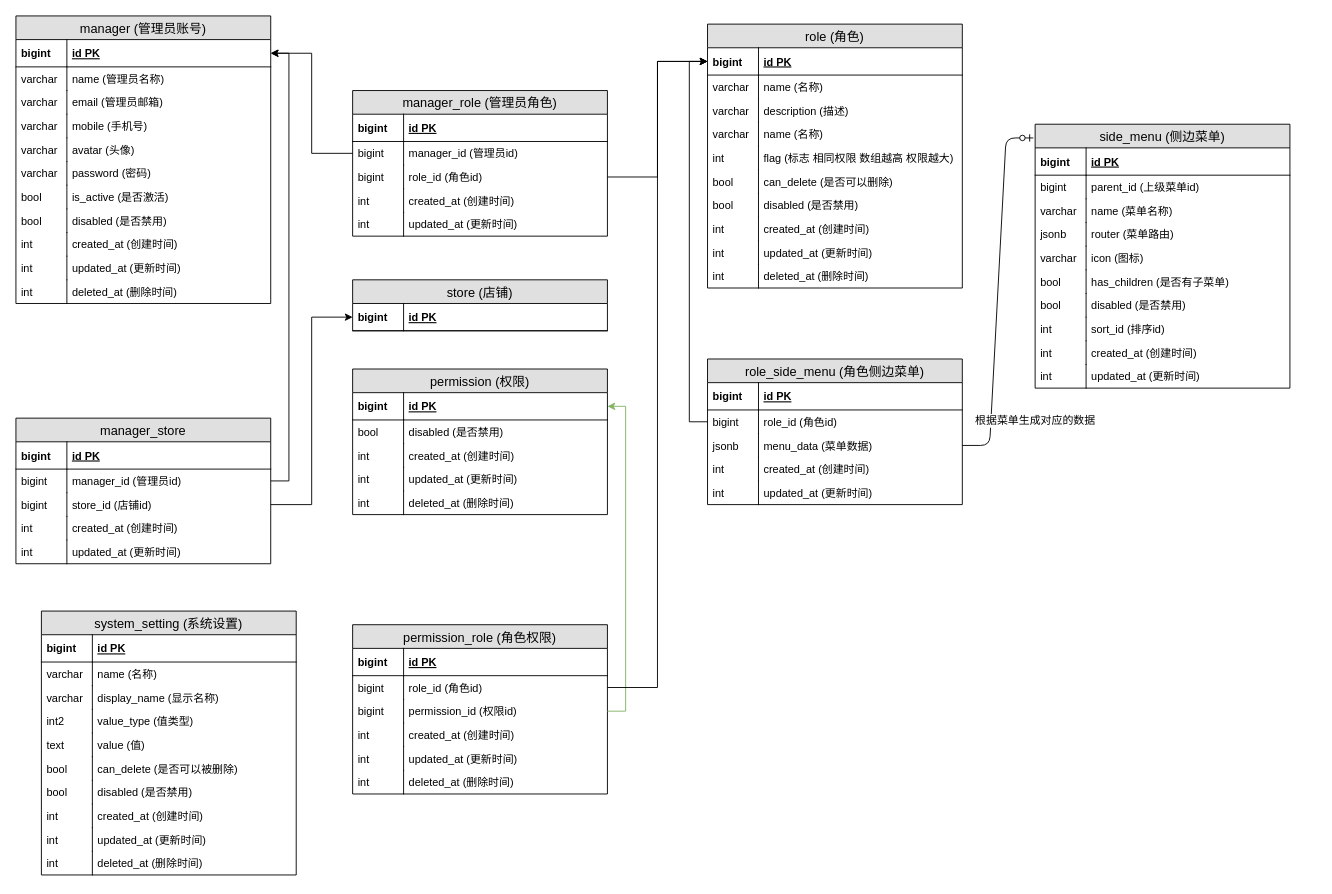
The draw.io diagram page "管理员" (1 of 2) of 用户.drawio in HuangYongXuan/saas-draw, before the edit. Source tidied: cells renumbered, new cells numbered last; positions are measured from the earlier drawing's top-left corner, leaving out a move shared by most shapes. Both pictures are drawn from the tidied source at 91%, with x=0, y=0 at pixel (15, 15).
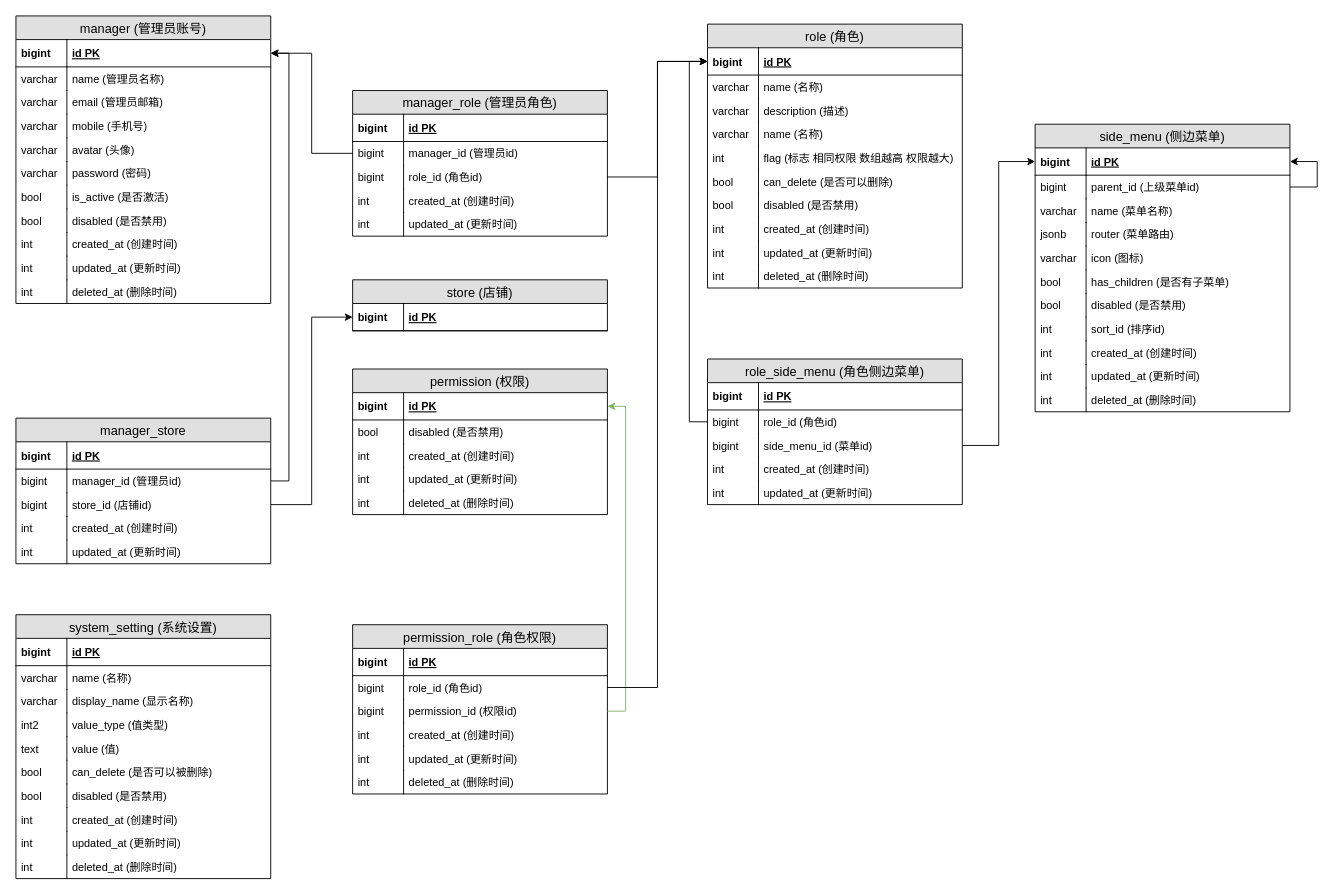
After the change.

The change refers to these unchanged cells:
```xml
<mxCell id="57" value="permission_role (角色权限)" style="swimlane;fontStyle=0;horizontal=1;startSize=26;fillColor=#e0e0e0;swimlaneFillColor=#ffffff;align=center;fontSize=14;" parent="1" vertex="1">
  <mxGeometry x="370" y="669" width="280" height="186" as="geometry" />
</mxCell>
<mxCell id="101" value="role_side_menu (角色侧边菜单)" style="swimlane;fontStyle=0;horizontal=1;startSize=26;fillColor=#e0e0e0;swimlaneFillColor=#ffffff;align=center;fontSize=14;" parent="1" vertex="1">
  <mxGeometry x="760" y="377" width="280" height="160" as="geometry" />
</mxCell>
<mxCell id="113" value="id PK" style="shape=partialRectangle;top=0;left=0;right=0;bottom=1;align=left;verticalAlign=middle;fillColor=none;spacingLeft=60;spacingRight=4;overflow=hidden;points=[[0,0.5],[1,0.5]];portConstraint=eastwest;fontStyle=5;fontSize=12;" parent="112" vertex="1">
  <mxGeometry y="26" width="280" height="30" as="geometry" />
</mxCell>
<mxCell id="115" value="parent_id (上级菜单id)" style="shape=partialRectangle;top=0;left=0;right=0;bottom=0;align=left;verticalAlign=top;fillColor=none;spacingLeft=60;spacingRight=4;overflow=hidden;points=[[0,0.5],[1,0.5]];portConstraint=eastwest;fontSize=12;" parent="112" vertex="1">
  <mxGeometry y="56" width="280" height="26" as="geometry" />
</mxCell>
```

The edit, as a diff of the source:
```diff
@@
-    <mxCell id="68" value="deleted_at (删除时间)" style="shape=partialRectangle;top=0;left=0;right=0;bottom=0;align=left;verticalAlign=top;fillColor=none;spacingLeft=60;spacingRight=4;overflow=hidden;fontSize=12;" parent="57" vertex="1">
-      <mxGeometry y="160" width="280" height="26" as="geometry" />
-    </mxCell>
-    <mxCell id="69" value="int" style="shape=partialRectangle;top=0;left=0;bottom=0;fillColor=none;align=left;verticalAlign=top;spacingLeft=4;spacingRight=4;overflow=hidden;fontSize=12;" parent="68" vertex="1">
-      <mxGeometry width="56" height="26" as="geometry" />
-    </mxCell>
+    <mxCell id="157" value="deleted_at (删除时间)" style="shape=partialRectangle;top=0;left=0;right=0;bottom=0;align=left;verticalAlign=top;fillColor=none;spacingLeft=60;spacingRight=4;overflow=hidden;fontSize=12;" parent="57" vertex="1">
+      <mxGeometry y="160" width="280" height="26" as="geometry" />
+    </mxCell>
+    <mxCell id="158" value="int" style="shape=partialRectangle;top=0;left=0;bottom=0;fillColor=none;align=left;verticalAlign=top;spacingLeft=4;spacingRight=4;overflow=hidden;fontSize=12;" parent="157" vertex="1">
+      <mxGeometry width="56" height="26" as="geometry" />
+    </mxCell>
@@
-    <mxCell id="106" value="menu_data (菜单数据)" style="shape=partialRectangle;top=0;left=0;right=0;bottom=0;align=left;verticalAlign=top;fillColor=none;spacingLeft=60;spacingRight=4;overflow=hidden;points=[[0,0.5],[1,0.5]];portConstraint=eastwest;fontSize=12;" parent="101" vertex="1">
+    <mxCell id="106" value="side_menu_id (菜单id)" style="shape=partialRectangle;top=0;left=0;right=0;bottom=0;align=left;verticalAlign=top;fillColor=none;spacingLeft=60;spacingRight=4;overflow=hidden;points=[[0,0.5],[1,0.5]];portConstraint=eastwest;fontSize=12;" parent="101" vertex="1">
       <mxGeometry y="82" width="280" height="26" as="geometry" />
     </mxCell>
-    <mxCell id="107" value="jsonb" style="shape=partialRectangle;top=0;left=0;bottom=0;fillColor=none;align=left;verticalAlign=top;spacingLeft=4;spacingRight=4;overflow=hidden;fontSize=12;" parent="106" vertex="1">
+    <mxCell id="107" value="bigint" style="shape=partialRectangle;top=0;left=0;bottom=0;fillColor=none;align=left;verticalAlign=top;spacingLeft=4;spacingRight=4;overflow=hidden;fontSize=12;" parent="106" vertex="1">
       <mxGeometry width="56" height="26" as="geometry" />
     </mxCell>
@@
     <mxCell id="112" value="side_menu (侧边菜单)" style="swimlane;fontStyle=0;horizontal=1;startSize=26;fillColor=#e0e0e0;swimlaneFillColor=#ffffff;align=center;fontSize=14;" parent="1" vertex="1">
-      <mxGeometry x="1120" y="119" width="280" height="290" as="geometry" />
+      <mxGeometry x="1120" y="119" width="280" height="316" as="geometry" />
     </mxCell>
@@
+    <mxCell id="159" style="edgeStyle=orthogonalEdgeStyle;rounded=0;jettySize=auto;html=1;exitX=1;exitY=0.5;exitDx=0;exitDy=0;entryX=1;entryY=0.5;entryDx=0;entryDy=0;" parent="112" edge="1" source="115" target="113">
+      <mxGeometry relative="1" as="geometry">
+        <Array as="points">
+          <mxPoint x="310" y="69" />
+          <mxPoint x="310" y="41" />
+        </Array>
+      </mxGeometry>
+    </mxCell>
@@
+    <mxCell id="68" value="deleted_at (删除时间)" style="shape=partialRectangle;top=0;left=0;right=0;bottom=0;align=left;verticalAlign=top;fillColor=none;spacingLeft=60;spacingRight=4;overflow=hidden;fontSize=12;" parent="112" vertex="1">
+      <mxGeometry y="290" width="280" height="26" as="geometry" />
+    </mxCell>
+    <mxCell id="69" value="int" style="shape=partialRectangle;top=0;left=0;bottom=0;fillColor=none;align=left;verticalAlign=top;spacingLeft=4;spacingRight=4;overflow=hidden;fontSize=12;" parent="68" vertex="1">
+      <mxGeometry width="56" height="26" as="geometry" />
+    </mxCell>
@@
-    <mxCell id="134" style="edgeStyle=entityRelationEdgeStyle;fontSize=12;html=1;endArrow=ERzeroToOne;endFill=1;entryX=-0.007;entryY=0.052;entryDx=0;entryDy=0;entryPerimeter=0;exitX=1;exitY=0.5;exitDx=0;exitDy=0;" parent="1" edge="1" source="106" target="112">
-      <mxGeometry relative="1" as="geometry" />
-    </mxCell>
-    <mxCell id="135" value="根据菜单生成对应的数据" style="text;html=1;align=center;verticalAlign=middle;labelBackgroundColor=#ffffff;" parent="134" vertex="1">
-      <mxGeometry x="-0.71" y="-1" relative="1" as="geometry">
-        <mxPoint x="47.5" as="offset" />
-      </mxGeometry>
-    </mxCell>
     <mxCell id="136" value="system_setting (系统设置)" style="swimlane;fontStyle=0;horizontal=1;startSize=26;fillColor=#e0e0e0;swimlaneFillColor=#ffffff;align=center;fontSize=14;" parent="1" vertex="1">
-      <mxGeometry x="28" y="654" width="280" height="290" as="geometry" />
+      <mxGeometry y="658" width="280" height="290" as="geometry" />
     </mxCell>
@@
+    <mxCell id="160" style="edgeStyle=orthogonalEdgeStyle;rounded=0;jettySize=auto;html=1;exitX=1;exitY=0.5;exitDx=0;exitDy=0;entryX=0;entryY=0.5;entryDx=0;entryDy=0;" parent="1" edge="1" source="106" target="113">
+      <mxGeometry relative="1" as="geometry" />
+    </mxCell>
```
